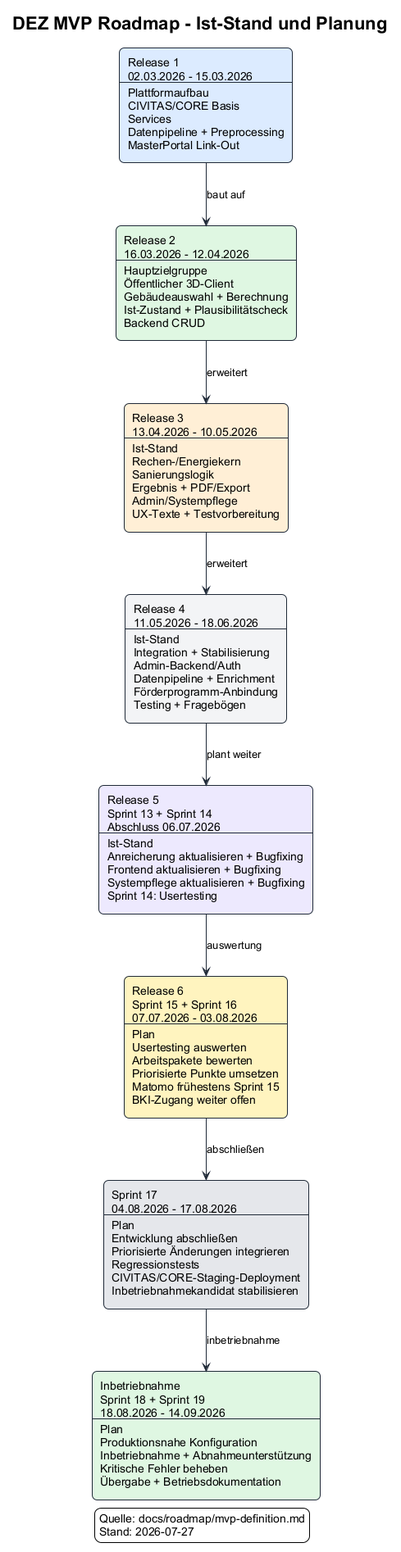
The PlantUML diagram docs/roadmap/attachments/mvp-roadmap.png in csi-FOXBYTE/Regensburg_DigitalerEnergieZwilling_Backend, before a commit.
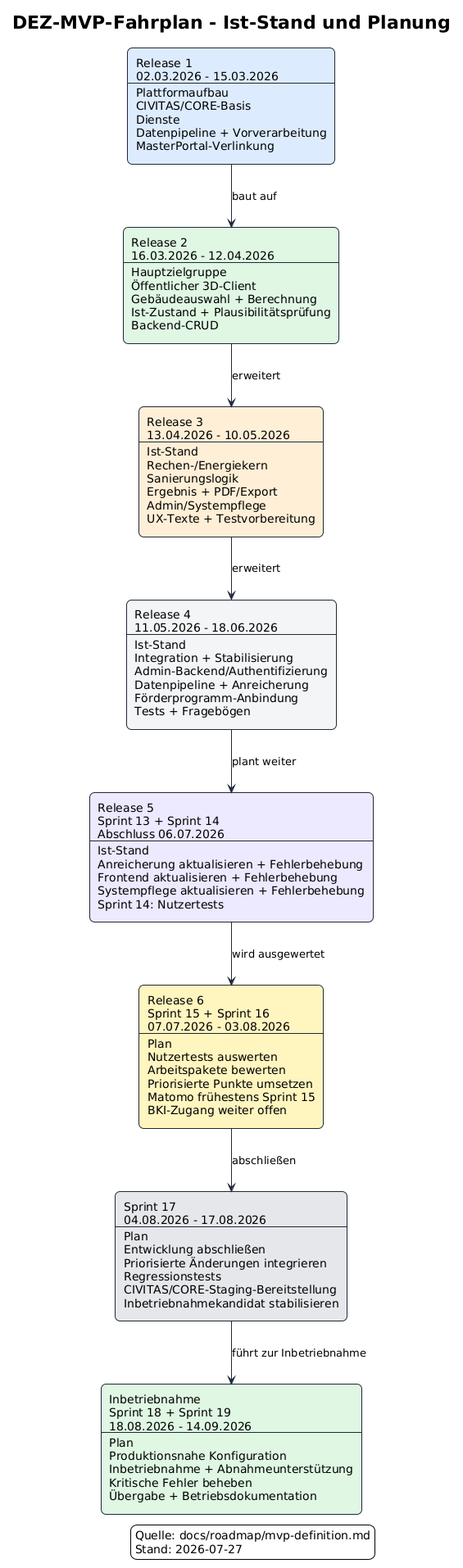
Later version of the same file.

Change to the diagram source:
```diff
@@ -1,7 +1,7 @@
 @startuml
 !theme plain
 
-title DEZ MVP Roadmap - Ist-Stand und Planung
+title DEZ-MVP-Fahrplan - Ist-Stand und Planung
 top to bottom direction
 
 skinparam shadowing false
@@ -12,19 +12,19 @@
 }
 skinparam ArrowColor #1F2937
 
-rectangle "Release 1%n()02.03.2026 - 15.03.2026%n()---%n()Plattformaufbau%n()CIVITAS/CORE Basis%n()Services%n()Datenpipeline + Preprocessing%n()MasterPortal Link-Out" as R1 #DCEBFF
+rectangle "Release 1%n()02.03.2026 - 15.03.2026%n()---%n()Plattformaufbau%n()CIVITAS/CORE-Basis%n()Dienste%n()Datenpipeline + Vorverarbeitung%n()MasterPortal-Verlinkung" as R1 #DCEBFF
 
-rectangle "Release 2%n()16.03.2026 - 12.04.2026%n()---%n()Hauptzielgruppe%n()Öffentlicher 3D-Client%n()Gebäudeauswahl + Berechnung%n()Ist-Zustand + Plausibilitätscheck%n()Backend CRUD" as R2 #DFF7E2
+rectangle "Release 2%n()16.03.2026 - 12.04.2026%n()---%n()Hauptzielgruppe%n()Öffentlicher 3D-Client%n()Gebäudeauswahl + Berechnung%n()Ist-Zustand + Plausibilitätsprüfung%n()Backend-CRUD" as R2 #DFF7E2
 
 rectangle "Release 3%n()13.04.2026 - 10.05.2026%n()---%n()Ist-Stand%n()Rechen-/Energiekern%n()Sanierungslogik%n()Ergebnis + PDF/Export%n()Admin/Systempflege%n()UX-Texte + Testvorbereitung" as R3 #FFEFD6
 
-rectangle "Release 4%n()11.05.2026 - 18.06.2026%n()---%n()Ist-Stand%n()Integration + Stabilisierung%n()Admin-Backend/Auth%n()Datenpipeline + Enrichment%n()Förderprogramm-Anbindung%n()Testing + Fragebögen" as R4 #F3F4F6
+rectangle "Release 4%n()11.05.2026 - 18.06.2026%n()---%n()Ist-Stand%n()Integration + Stabilisierung%n()Admin-Backend/Authentifizierung%n()Datenpipeline + Anreicherung%n()Förderprogramm-Anbindung%n()Tests + Fragebögen" as R4 #F3F4F6
 
-rectangle "Release 5%n()Sprint 13 + Sprint 14%n()Abschluss 06.07.2026%n()---%n()Ist-Stand%n()Anreicherung aktualisieren + Bugfixing%n()Frontend aktualisieren + Bugfixing%n()Systempflege aktualisieren + Bugfixing%n()Sprint 14: Usertesting" as R5 #EDE9FE
+rectangle "Release 5%n()Sprint 13 + Sprint 14%n()Abschluss 06.07.2026%n()---%n()Ist-Stand%n()Anreicherung aktualisieren + Fehlerbehebung%n()Frontend aktualisieren + Fehlerbehebung%n()Systempflege aktualisieren + Fehlerbehebung%n()Sprint 14: Nutzertests" as R5 #EDE9FE
 
-rectangle "Release 6%n()Sprint 15 + Sprint 16%n()07.07.2026 - 03.08.2026%n()---%n()Plan%n()Usertesting auswerten%n()Arbeitspakete bewerten%n()Priorisierte Punkte umsetzen%n()Matomo frühestens Sprint 15%n()BKI-Zugang weiter offen" as R6 #FFF4BF
+rectangle "Release 6%n()Sprint 15 + Sprint 16%n()07.07.2026 - 03.08.2026%n()---%n()Plan%n()Nutzertests auswerten%n()Arbeitspakete bewerten%n()Priorisierte Punkte umsetzen%n()Matomo frühestens Sprint 15%n()BKI-Zugang weiter offen" as R6 #FFF4BF
 
-rectangle "Sprint 17%n()04.08.2026 - 17.08.2026%n()---%n()Plan%n()Entwicklung abschließen%n()Priorisierte Änderungen integrieren%n()Regressionstests%n()CIVITAS/CORE-Staging-Deployment%n()Inbetriebnahmekandidat stabilisieren" as S17 #E5E7EB
+rectangle "Sprint 17%n()04.08.2026 - 17.08.2026%n()---%n()Plan%n()Entwicklung abschließen%n()Priorisierte Änderungen integrieren%n()Regressionstests%n()CIVITAS/CORE-Staging-Bereitstellung%n()Inbetriebnahmekandidat stabilisieren" as S17 #E5E7EB
 
 rectangle "Inbetriebnahme%n()Sprint 18 + Sprint 19%n()18.08.2026 - 14.09.2026%n()---%n()Plan%n()Produktionsnahe Konfiguration%n()Inbetriebnahme + Abnahmeunterstützung%n()Kritische Fehler beheben%n()Übergabe + Betriebsdokumentation" as IB #DFF7E2
 
@@ -32,9 +32,9 @@
 R2 --> R3 : erweitert
 R3 --> R4 : erweitert
 R4 --> R5 : plant weiter
-R5 --> R6 : auswertung
+R5 --> R6 : wird ausgewertet
 R6 --> S17 : abschließen
-S17 --> IB : inbetriebnahme
+S17 --> IB : führt zur Inbetriebnahme
 
 legend right
   Quelle: docs/roadmap/mvp-definition.md
```
